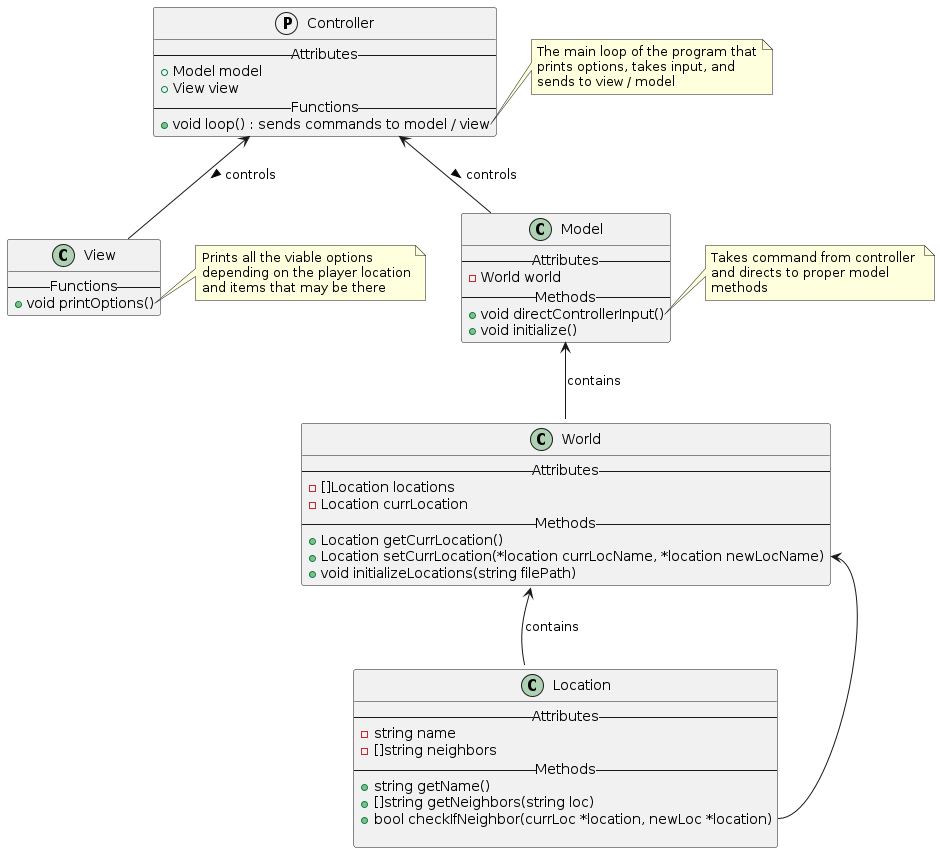
Charlemagne44/GoAdventure keeps this PlantUML diagram as class_diagram.png. Above is the earlier version.
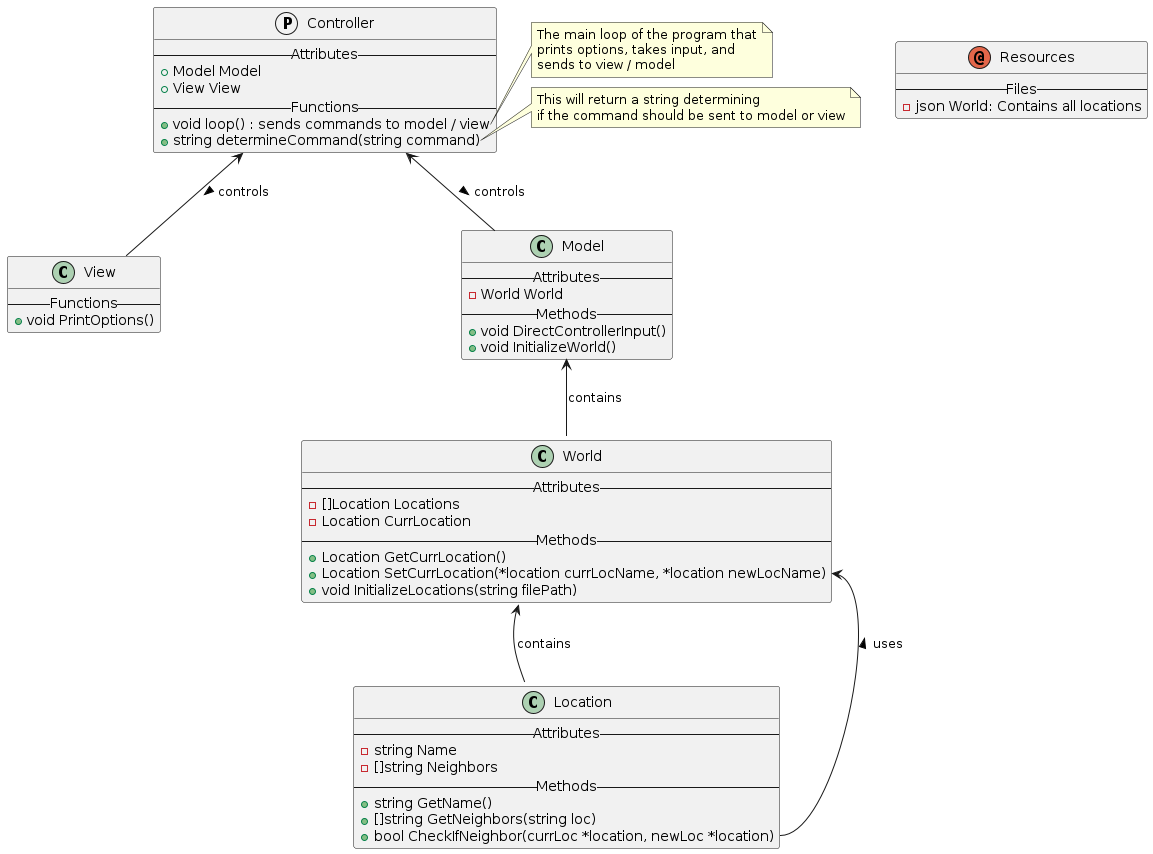
The same diagram one commit later.

Commit message:
Updated class diagram

Change to the diagram source:
```diff
@@ -1,31 +1,38 @@
 @startuml class_diagram
 protocol   Controller {
     --Attributes--
-    + Model model
-    + View view
+    + Model Model
+    + View View
     --Functions--
     + void loop() : sends commands to model / view
+    + string determineCommand(string command)
 }
 note right of Controller::loop
     The main loop of the program that
     prints options, takes input, and
     sends to view / model
 end note
+note right of Controller::determineCommand
+    This will return a string determining
+    if the command should be sent to model or view
+end note
+
 class   View {
     --Functions--
-    + void printOptions()
+    + void PrintOptions()
 }
 note right of View::printOptions
     Prints all the viable options
     depending on the player location
     and items that may be there
 end note
+
 class   Model {
     --Attributes--
-    - World world
+    - World World
     --Methods--
-    + void directControllerInput()
-    + void initialize()
+    + void DirectControllerInput()
+    + void InitializeWorld()
 }
 note right of Model::directControllerInput
     Takes command from controller
@@ -35,12 +42,12 @@
 
 class World {
     --Attributes--
-    - []Location locations
-    - Location currLocation
+    - []Location Locations
+    - Location CurrLocation
     --Methods--
-    + Location getCurrLocation()
-    + Location setCurrLocation(*location currLocName, *location newLocName)
-    + void initializeLocations(string filePath)
+    + Location GetCurrLocation()
+    + Location SetCurrLocation(*location currLocName, *location newLocName)
+    + void InitializeLocations(string filePath)
 }
 note right of World::createLocations
     Takes JSON input to create locations
@@ -49,20 +56,24 @@
 
 class Location {
     --Attributes--
-    - string name
-    - []string neighbors
+    - string Name
+    - []string Neighbors
     --Methods--
-    + string getName()
-    + []string getNeighbors(string loc)
-    + bool checkIfNeighbor(currLoc *location, newLoc *location)
+    + string GetName()
+    + []string GetNeighbors(string loc)
+    + bool CheckIfNeighbor(currLoc *location, newLoc *location)
+}
 
+annotation Resources {
+    --Files--
+    - json World: Contains all locations
 }
 
 Controller <-- Model : controls >
 Controller <-- View : controls >
 Model <-- World : contains
 World <-- Location : contains
-World::setCurrLocation <-- Location::checkIfNeighbor
+World::SetCurrLocation <-- Location::CheckIfNeighbor : uses <
 
 
 @enduml
```
